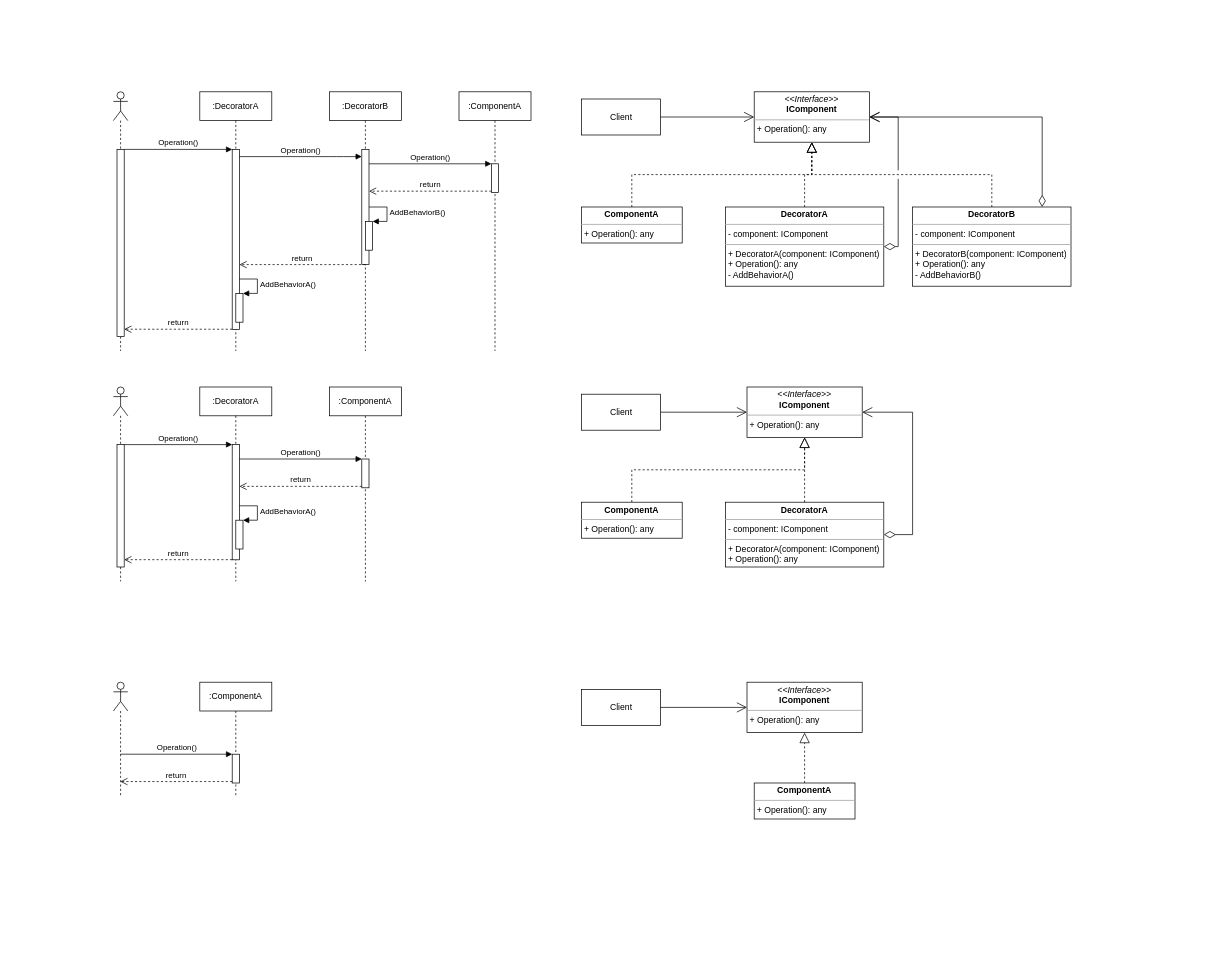
This is page "Decorator" (1 of 4) of Diagrams/Decorator, Composite, Adapter, Facade.drawio from PacktPublishing/Architecting-ASP.NET-Core-Applications-3E, a draw.io file, before an edit. Source tidied: cells renumbered, new cells numbered last; positions are measured from the earlier drawing's top-left corner, leaving out a move shared by most shapes. Both pictures are drawn from the tidied source at 72%, with x=0, y=0 at pixel (113, 91).
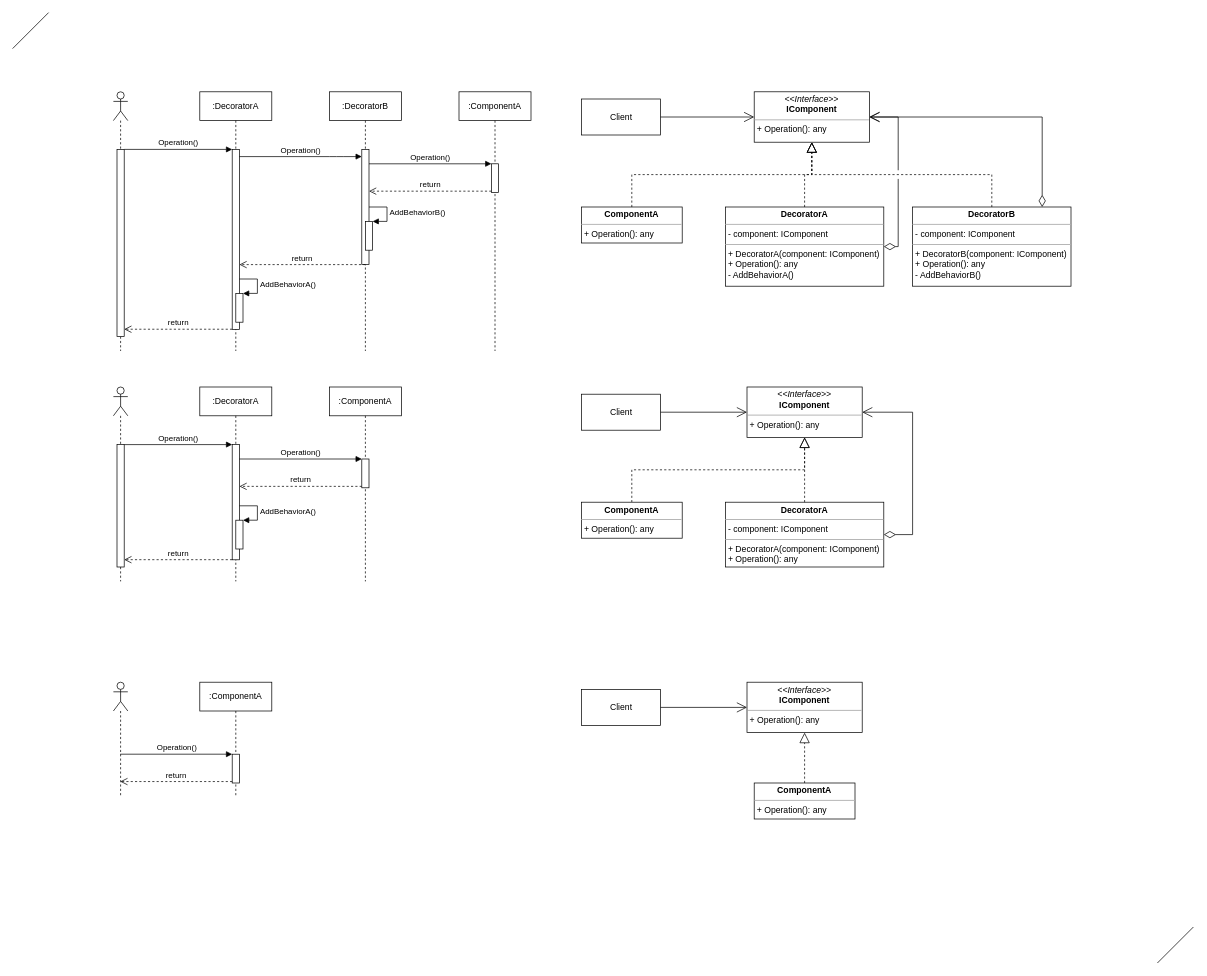
Above is the later version.

Commit message (it also covers changes not shown here):
Rerender the Decorator images

Change to the diagram source:
```diff
@@
+    <mxCell id="61" style="endArrow=none;html=1;" parent="1" edge="1">
+      <mxGeometry relative="1" as="geometry">
+        <mxPoint x="-140" y="-60" as="sourcePoint" />
+        <mxPoint x="-90" y="-110" as="targetPoint" />
+      </mxGeometry>
+    </mxCell>
+    <mxCell id="62" style="endArrow=none;html=1;" parent="1" edge="1">
+      <mxGeometry relative="1" as="geometry">
+        <mxPoint x="1450" y="1210" as="sourcePoint" />
+        <mxPoint x="1500" y="1160" as="targetPoint" />
+      </mxGeometry>
+    </mxCell>
```
